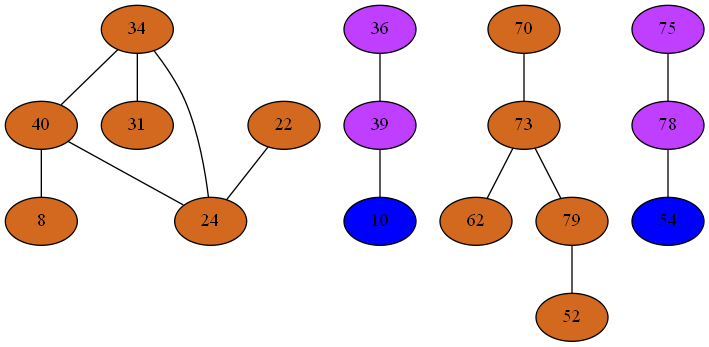
mbajaj92/Project-Astoria keeps this Graphviz diagram as Compiler/15phiGraph.png. Above is the earlier version. Its source is kept beside it as Compiler/15phiGraph.dot.
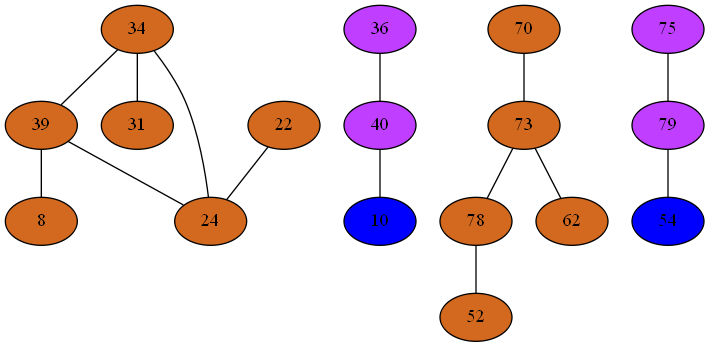
The same file after the commit.

Change to the diagram source:
```diff
@@ -1,45 +1,45 @@
 strict graph {
 34[label="34" style=filled fillcolor="chocolate"];
-34 -- 40
+34 -- 39
 34 -- 24
 34 -- 31
 36[label="36" style=filled fillcolor="darkorchid1"];
-36 -- 39
+36 -- 40
 70[label="70" style=filled fillcolor="chocolate"];
 70 -- 73
-39[label="39" style=filled fillcolor="darkorchid1"];
-39 -- 36
-39 -- 10
-40[label="40" style=filled fillcolor="chocolate"];
-40 -- 34
-40 -- 8
-40 -- 24
+39[label="39" style=filled fillcolor="chocolate"];
+39 -- 34
+39 -- 8
+39 -- 24
 8[label="8" style=filled fillcolor="chocolate"];
-8 -- 40
+8 -- 39
+40[label="40" style=filled fillcolor="darkorchid1"];
+40 -- 36
+40 -- 10
 73[label="73" style=filled fillcolor="chocolate"];
 73 -- 70
+73 -- 78
 73 -- 62
-73 -- 79
 10[label="10" style=filled fillcolor="blue1"];
-10 -- 39
+10 -- 40
 75[label="75" style=filled fillcolor="darkorchid1"];
-75 -- 78
-78[label="78" style=filled fillcolor="darkorchid1"];
-78 -- 54
-78 -- 75
-79[label="79" style=filled fillcolor="chocolate"];
-79 -- 52
-79 -- 73
+75 -- 79
+78[label="78" style=filled fillcolor="chocolate"];
+78 -- 52
+78 -- 73
+79[label="79" style=filled fillcolor="darkorchid1"];
+79 -- 54
+79 -- 75
 52[label="52" style=filled fillcolor="chocolate"];
-52 -- 79
+52 -- 78
 22[label="22" style=filled fillcolor="chocolate"];
 22 -- 24
 54[label="54" style=filled fillcolor="blue1"];
-54 -- 78
+54 -- 79
 24[label="24" style=filled fillcolor="chocolate"];
 24 -- 34
 24 -- 22
-24 -- 40
+24 -- 39
 62[label="62" style=filled fillcolor="chocolate"];
 62 -- 73
 31[label="31" style=filled fillcolor="chocolate"];
```
